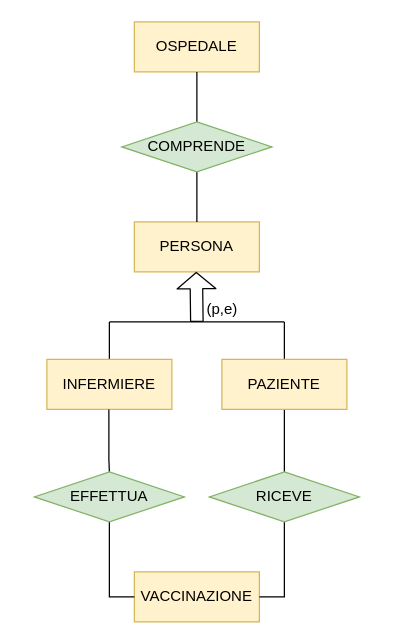
Earlier version of the draw.io diagram report/Diagrammi E-R/1.drawio (luigi-borriello00/Vaccinations-Tracker). Source tidied: cells renumbered, new cells numbered last; positions are measured from the earlier drawing's top-left corner, leaving out a move shared by most shapes. Both pictures are drawn from the tidied source at 125%, with x=0, y=0 at pixel (34, 21).
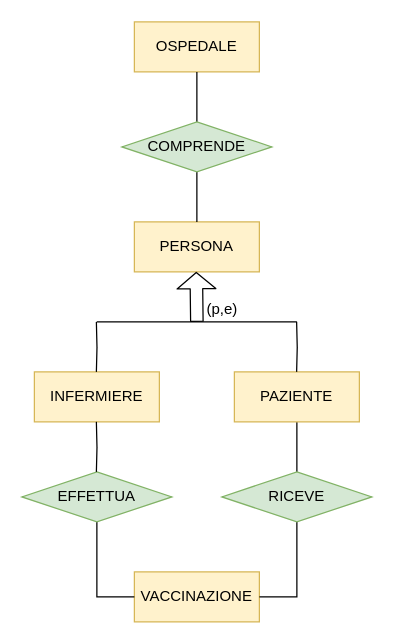
The same page after the edit.

Change to the diagram source:
```diff
@@
-    <mxCell id="4" style="shape=flexArrow;endArrow=classic;html=1;fontSize=9;endSize=4;" parent="1" edge="1">
-      <mxGeometry relative="1" as="geometry">
-        <mxPoint x="130" y="240" as="sourcePoint" />
-        <mxPoint x="129.5" y="200" as="targetPoint" />
-      </mxGeometry>
-    </mxCell>
-    <mxCell id="5" style="endArrow=none;html=1;fontSize=9;endSize=4;" parent="1" edge="1">
-      <mxGeometry relative="1" as="geometry">
-        <mxPoint x="60" y="240" as="sourcePoint" />
-        <mxPoint x="200" y="240" as="targetPoint" />
-      </mxGeometry>
-    </mxCell>
+    <mxCell id="21" style="shape=flexArrow;endArrow=classic;html=1;fontSize=9;endSize=4;" parent="1" edge="1">
+      <mxGeometry relative="1" as="geometry">
+        <mxPoint x="130" y="240" as="sourcePoint" />
+        <mxPoint x="129.5" y="200" as="targetPoint" />
+      </mxGeometry>
+    </mxCell>
+    <mxCell id="22" style="endArrow=none;html=1;fontSize=9;endSize=4;" parent="1" edge="1">
+      <mxGeometry relative="1" as="geometry">
+        <mxPoint x="50" y="240" as="sourcePoint" />
+        <mxPoint x="210" y="240" as="targetPoint" />
+      </mxGeometry>
+    </mxCell>
@@
-    <mxCell id="7" style="endArrow=none;html=1;fontSize=12;endSize=4;" parent="1" edge="1">
-      <mxGeometry relative="1" as="geometry">
-        <mxPoint x="60" y="270" as="sourcePoint" />
-        <mxPoint x="60" y="240" as="targetPoint" />
-        <Array as="points">
-          <mxPoint x="60" y="270" />
-        </Array>
-      </mxGeometry>
-    </mxCell>
-    <mxCell id="8" style="endArrow=none;html=1;fontSize=12;endSize=4;" parent="1" edge="1">
-      <mxGeometry relative="1" as="geometry">
-        <mxPoint x="200" y="270" as="sourcePoint" />
-        <mxPoint x="200" y="240" as="targetPoint" />
-        <Array as="points">
-          <mxPoint x="200" y="270" />
-        </Array>
-      </mxGeometry>
-    </mxCell>
     <mxCell id="9" value="INFERMIERE" style="whiteSpace=wrap;html=1;align=center;fontSize=12;fillColor=#fff2cc;strokeColor=#d6b656;" parent="1" vertex="1">
-      <mxGeometry x="10" y="270" width="100" height="40" as="geometry" />
+      <mxGeometry y="280" width="100" height="40" as="geometry" />
     </mxCell>
@@
     <mxCell id="11" value="PAZIENTE" style="whiteSpace=wrap;html=1;align=center;fontSize=12;fillColor=#fff2cc;strokeColor=#d6b656;" parent="1" vertex="1">
-      <mxGeometry x="150" y="270" width="100" height="40" as="geometry" />
+      <mxGeometry x="160" y="280" width="100" height="40" as="geometry" />
     </mxCell>
@@
-    <mxCell id="16" style="endArrow=none;html=1;rounded=0;entryX=0.5;entryY=0;entryDx=0;entryDy=0;" parent="1" edge="1" target="18">
-      <mxGeometry relative="1" as="geometry">
-        <mxPoint x="59.6" y="310" as="sourcePoint" />
-        <Array as="points">
-          <mxPoint x="59.6" y="350" />
-        </Array>
-      </mxGeometry>
-    </mxCell>
@@
     <mxCell id="18" value="EFFETTUA" style="shape=rhombus;perimeter=rhombusPerimeter;whiteSpace=wrap;html=1;align=center;fillColor=#d5e8d4;strokeColor=#82b366;" parent="1" vertex="1">
-      <mxGeometry y="360" width="120" height="40" as="geometry" />
+      <mxGeometry x="-10" y="360" width="120" height="40" as="geometry" />
     </mxCell>
@@
     <mxCell id="20" value="RICEVE" style="shape=rhombus;perimeter=rhombusPerimeter;whiteSpace=wrap;html=1;align=center;fillColor=#d5e8d4;strokeColor=#82b366;" parent="1" vertex="1">
-      <mxGeometry x="140" y="360" width="120" height="40" as="geometry" />
+      <mxGeometry x="150" y="360" width="120" height="40" as="geometry" />
     </mxCell>
+    <mxCell id="23" style="edgeStyle=orthogonalEdgeStyle;rounded=0;orthogonalLoop=1;jettySize=auto;html=1;exitX=0.5;exitY=0;exitDx=0;exitDy=0;entryX=0.5;entryY=1;entryDx=0;entryDy=0;fontSize=9;startArrow=none;startFill=0;endArrow=none;endFill=0;endSize=4;" parent="1" edge="1">
+      <mxGeometry relative="1" as="geometry">
+        <mxPoint x="49.6" y="280" as="sourcePoint" />
+        <mxPoint x="49.6" y="240" as="targetPoint" />
+      </mxGeometry>
+    </mxCell>
+    <mxCell id="24" style="edgeStyle=orthogonalEdgeStyle;rounded=0;orthogonalLoop=1;jettySize=auto;html=1;exitX=0.5;exitY=0;exitDx=0;exitDy=0;entryX=0.5;entryY=1;entryDx=0;entryDy=0;fontSize=9;startArrow=none;startFill=0;endArrow=none;endFill=0;endSize=4;" parent="1" edge="1">
+      <mxGeometry relative="1" as="geometry">
+        <mxPoint x="209.8" y="280" as="sourcePoint" />
+        <mxPoint x="209.8" y="240" as="targetPoint" />
+      </mxGeometry>
+    </mxCell>
+    <mxCell id="25" style="edgeStyle=orthogonalEdgeStyle;rounded=0;orthogonalLoop=1;jettySize=auto;html=1;exitX=0.5;exitY=0;exitDx=0;exitDy=0;entryX=0.5;entryY=1;entryDx=0;entryDy=0;fontSize=9;startArrow=none;startFill=0;endArrow=none;endFill=0;endSize=4;" parent="1" edge="1">
+      <mxGeometry relative="1" as="geometry">
+        <mxPoint x="49.6" y="360" as="sourcePoint" />
+        <mxPoint x="49.6" y="320" as="targetPoint" />
+      </mxGeometry>
+    </mxCell>
```
